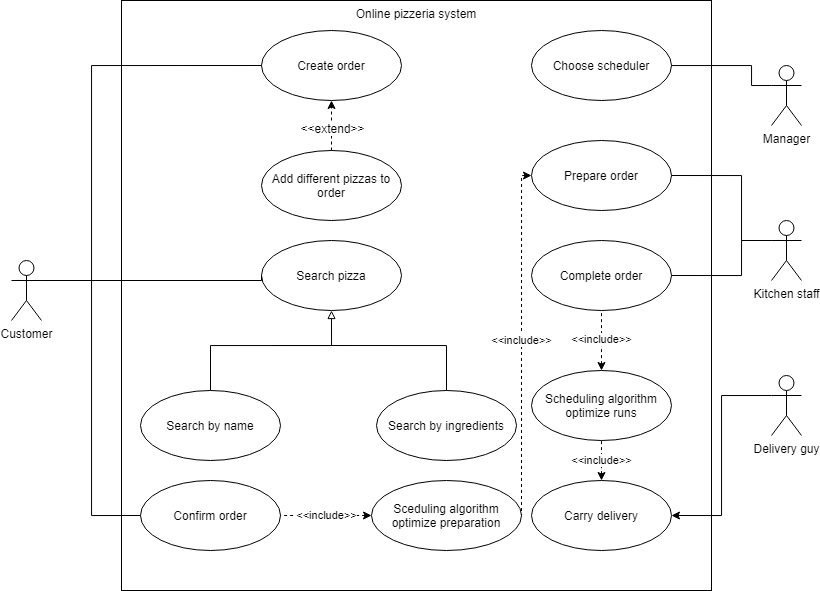
tamas-balog/afp2-harmas-csapat keeps this draw.io diagram as assets/images/PizzeriaUseCaseUML.png. Above is the earlier version. Source tidied: cells renumbered, new cells last; positions are measured from the earlier drawing's top-left corner, leaving out a move shared by most shapes. Its diagram source:
```xml
<mxGraphModel>
  <root>
    <mxCell id="0" />
    <mxCell id="1" parent="0" />
    <mxCell id="2" value="Online pizzeria system" style="whiteSpace=wrap;html=1;fillColor=none;verticalAlign=top;" parent="1" vertex="1">
      <mxGeometry x="110" width="590" height="590" as="geometry" />
    </mxCell>
    <mxCell id="3" style="edgeStyle=orthogonalEdgeStyle;rounded=0;jettySize=auto;html=1;exitX=1;exitY=0.3333333333333333;exitDx=0;exitDy=0;exitPerimeter=0;entryX=0;entryY=0.5;entryDx=0;entryDy=0;endArrow=none;endFill=0;" parent="1" edge="1" source="6" target="9">
      <mxGeometry relative="1" as="geometry">
        <Array as="points">
          <mxPoint x="80" y="280" />
          <mxPoint x="80" y="65" />
        </Array>
      </mxGeometry>
    </mxCell>
    <mxCell id="4" style="edgeStyle=orthogonalEdgeStyle;rounded=0;jettySize=auto;html=1;exitX=1;exitY=0.3333333333333333;exitDx=0;exitDy=0;exitPerimeter=0;entryX=0;entryY=0.5;entryDx=0;entryDy=0;endArrow=none;endFill=0;" parent="1" edge="1" source="6" target="14">
      <mxGeometry relative="1" as="geometry">
        <Array as="points">
          <mxPoint x="250" y="280" />
        </Array>
      </mxGeometry>
    </mxCell>
    <mxCell id="5" style="edgeStyle=orthogonalEdgeStyle;rounded=0;jettySize=auto;html=1;exitX=1;exitY=0.3333333333333333;exitDx=0;exitDy=0;exitPerimeter=0;entryX=0;entryY=0.5;entryDx=0;entryDy=0;startArrow=none;startFill=0;endArrow=none;endFill=0;" parent="1" edge="1" source="6" target="31">
      <mxGeometry relative="1" as="geometry">
        <Array as="points">
          <mxPoint x="80" y="280" />
          <mxPoint x="80" y="515" />
        </Array>
      </mxGeometry>
    </mxCell>
    <mxCell id="6" value="Customer" style="shape=umlActor;verticalLabelPosition=bottom;labelBackgroundColor=#ffffff;verticalAlign=top;html=1;outlineConnect=0;fillColor=none;" parent="1" vertex="1">
      <mxGeometry y="260" width="30" height="60" as="geometry" />
    </mxCell>
    <mxCell id="7" style="edgeStyle=orthogonalEdgeStyle;rounded=0;jettySize=auto;html=1;exitX=0;exitY=0.3333333333333333;exitDx=0;exitDy=0;exitPerimeter=0;entryX=1;entryY=0.5;entryDx=0;entryDy=0;endArrow=classic;endFill=1;" parent="1" edge="1" source="8" target="21">
      <mxGeometry relative="1" as="geometry" />
    </mxCell>
    <mxCell id="8" value="Delivery guy" style="shape=umlActor;verticalLabelPosition=bottom;labelBackgroundColor=#ffffff;verticalAlign=top;html=1;outlineConnect=0;fillColor=none;" parent="1" vertex="1">
      <mxGeometry x="760" y="375" width="30" height="60" as="geometry" />
    </mxCell>
    <mxCell id="9" value="Create order" style="ellipse;whiteSpace=wrap;html=1;fillColor=none;" parent="1" vertex="1">
      <mxGeometry x="250" y="30" width="140" height="70" as="geometry" />
    </mxCell>
    <mxCell id="10" style="edgeStyle=orthogonalEdgeStyle;rounded=0;jettySize=auto;html=1;exitX=0.5;exitY=0;exitDx=0;exitDy=0;entryX=0.5;entryY=1;entryDx=0;entryDy=0;dashed=1;endArrow=classic;endFill=1;" parent="1" edge="1" source="12" target="9">
      <mxGeometry relative="1" as="geometry" />
    </mxCell>
    <mxCell id="11" value="&amp;lt;&amp;lt;extend&amp;gt;&amp;gt;" style="text;html=1;align=center;verticalAlign=middle;labelBackgroundColor=#ffffff;" parent="10" vertex="1">
      <mxGeometry x="0.32" y="1" relative="1" as="geometry">
        <mxPoint x="1" y="10" as="offset" />
      </mxGeometry>
    </mxCell>
    <mxCell id="12" value="Add different pizzas to order" style="ellipse;whiteSpace=wrap;html=1;fillColor=none;" parent="1" vertex="1">
      <mxGeometry x="250" y="150" width="140" height="70" as="geometry" />
    </mxCell>
    <mxCell id="13" style="edgeStyle=orthogonalEdgeStyle;rounded=0;jettySize=auto;html=1;endArrow=none;endFill=0;startArrow=block;startFill=0;" parent="1" edge="1" source="14" target="15">
      <mxGeometry relative="1" as="geometry">
        <Array as="points">
          <mxPoint x="320" y="345" />
          <mxPoint x="199" y="345" />
        </Array>
      </mxGeometry>
    </mxCell>
    <mxCell id="14" value="Search pizza" style="ellipse;whiteSpace=wrap;html=1;fillColor=none;" parent="1" vertex="1">
      <mxGeometry x="250" y="240" width="140" height="70" as="geometry" />
    </mxCell>
    <mxCell id="15" value="Search by name" style="ellipse;whiteSpace=wrap;html=1;fillColor=none;" parent="1" vertex="1">
      <mxGeometry x="129" y="390" width="140" height="70" as="geometry" />
    </mxCell>
    <mxCell id="16" style="edgeStyle=orthogonalEdgeStyle;rounded=0;jettySize=auto;html=1;exitX=0.5;exitY=0;exitDx=0;exitDy=0;startArrow=none;startFill=0;endArrow=none;endFill=0;" parent="1" edge="1" source="17">
      <mxGeometry relative="1" as="geometry">
        <mxPoint x="260" y="345" as="targetPoint" />
        <Array as="points">
          <mxPoint x="435" y="345" />
        </Array>
      </mxGeometry>
    </mxCell>
    <mxCell id="17" value="Search by ingredients" style="ellipse;whiteSpace=wrap;html=1;fillColor=none;" parent="1" vertex="1">
      <mxGeometry x="365" y="390" width="140" height="70" as="geometry" />
    </mxCell>
    <mxCell id="18" style="edgeStyle=orthogonalEdgeStyle;rounded=0;jettySize=auto;html=1;exitX=0;exitY=0.3333333333333333;exitDx=0;exitDy=0;exitPerimeter=0;endArrow=none;endFill=0;" parent="1" edge="1" source="19" target="20">
      <mxGeometry relative="1" as="geometry">
        <Array as="points">
          <mxPoint x="740" y="85" />
          <mxPoint x="740" y="65" />
        </Array>
      </mxGeometry>
    </mxCell>
    <mxCell id="19" value="Manager" style="shape=umlActor;verticalLabelPosition=bottom;labelBackgroundColor=#ffffff;verticalAlign=top;html=1;fillColor=none;" parent="1" vertex="1">
      <mxGeometry x="760" y="65" width="30" height="60" as="geometry" />
    </mxCell>
    <mxCell id="20" value="Choose scheduler" style="ellipse;whiteSpace=wrap;html=1;fillColor=none;" parent="1" vertex="1">
      <mxGeometry x="520" y="30" width="140" height="70" as="geometry" />
    </mxCell>
    <mxCell id="21" value="Carry delivery" style="ellipse;whiteSpace=wrap;html=1;fillColor=none;" parent="1" vertex="1">
      <mxGeometry x="520" y="480" width="140" height="70" as="geometry" />
    </mxCell>
    <mxCell id="22" value="&amp;lt;&amp;lt;include&amp;gt;&amp;gt;" style="edgeStyle=orthogonalEdgeStyle;rounded=0;jettySize=auto;html=1;entryX=1;entryY=0.5;entryDx=0;entryDy=0;startArrow=classic;startFill=1;endArrow=none;endFill=0;dashed=1;exitX=0;exitY=0.5;exitDx=0;exitDy=0;" parent="1" edge="1" source="24" target="23">
      <mxGeometry relative="1" as="geometry">
        <Array as="points">
          <mxPoint x="510" y="175" />
        </Array>
      </mxGeometry>
    </mxCell>
    <mxCell id="23" value="Sceduling algorithm optimize preparation" style="ellipse;whiteSpace=wrap;html=1;fillColor=none;" parent="1" vertex="1">
      <mxGeometry x="360" y="480" width="150" height="70" as="geometry" />
    </mxCell>
    <mxCell id="24" value="Prepare order" style="ellipse;whiteSpace=wrap;html=1;fillColor=none;" parent="1" vertex="1">
      <mxGeometry x="520" y="140" width="140" height="70" as="geometry" />
    </mxCell>
    <mxCell id="25" style="edgeStyle=orthogonalEdgeStyle;rounded=0;jettySize=auto;html=1;startArrow=none;startFill=0;endArrow=none;endFill=0;entryX=1;entryY=0.5;entryDx=0;entryDy=0;exitX=0;exitY=0.3333333333333333;exitDx=0;exitDy=0;exitPerimeter=0;" parent="1" edge="1" source="27" target="24">
      <mxGeometry relative="1" as="geometry">
        <Array as="points">
          <mxPoint x="730" y="240" />
          <mxPoint x="730" y="175" />
        </Array>
      </mxGeometry>
    </mxCell>
    <mxCell id="26" style="edgeStyle=orthogonalEdgeStyle;rounded=0;jettySize=auto;html=1;exitX=0;exitY=0.3333333333333333;exitDx=0;exitDy=0;exitPerimeter=0;entryX=1;entryY=0.5;entryDx=0;entryDy=0;startArrow=none;startFill=0;endArrow=none;endFill=0;" parent="1" edge="1" source="27" target="33">
      <mxGeometry relative="1" as="geometry">
        <Array as="points">
          <mxPoint x="730" y="240" />
          <mxPoint x="730" y="275" />
        </Array>
      </mxGeometry>
    </mxCell>
    <mxCell id="27" value="Kitchen staff" style="shape=umlActor;verticalLabelPosition=bottom;labelBackgroundColor=#ffffff;verticalAlign=top;html=1;fillColor=none;" parent="1" vertex="1">
      <mxGeometry x="760" y="220" width="30" height="60" as="geometry" />
    </mxCell>
    <mxCell id="28" value="&amp;lt;&amp;lt;include&amp;gt;&amp;gt;" style="edgeStyle=orthogonalEdgeStyle;rounded=0;jettySize=auto;html=1;startArrow=classic;startFill=1;endArrow=none;endFill=0;dashed=1;exitX=0.5;exitY=0;exitDx=0;exitDy=0;entryX=0.5;entryY=1;entryDx=0;entryDy=0;" parent="1" edge="1" source="21" target="29">
      <mxGeometry relative="1" as="geometry" />
    </mxCell>
    <mxCell id="29" value="Scheduling algorithm optimize runs" style="ellipse;whiteSpace=wrap;html=1;fillColor=none;" parent="1" vertex="1">
      <mxGeometry x="520" y="370" width="140" height="70" as="geometry" />
    </mxCell>
    <mxCell id="30" value="&amp;lt;&amp;lt;include&amp;gt;&amp;gt;" style="edgeStyle=orthogonalEdgeStyle;rounded=0;jettySize=auto;html=1;startArrow=classic;startFill=1;endArrow=none;endFill=0;dashed=1;entryX=1;entryY=0.5;entryDx=0;entryDy=0;exitX=0;exitY=0.5;exitDx=0;exitDy=0;" parent="1" edge="1" source="23" target="31">
      <mxGeometry x="-0.01" relative="1" as="geometry" />
    </mxCell>
    <mxCell id="31" value="Confirm order" style="ellipse;whiteSpace=wrap;html=1;fillColor=none;" parent="1" vertex="1">
      <mxGeometry x="129" y="480" width="140" height="70" as="geometry" />
    </mxCell>
    <mxCell id="32" value="&amp;lt;&amp;lt;include&amp;gt;&amp;gt;" style="edgeStyle=orthogonalEdgeStyle;rounded=0;jettySize=auto;html=1;dashed=1;startArrow=classic;startFill=1;endArrow=none;endFill=0;entryX=0.5;entryY=1;entryDx=0;entryDy=0;exitX=0.5;exitY=0;exitDx=0;exitDy=0;" parent="1" edge="1" source="29" target="33">
      <mxGeometry relative="1" as="geometry" />
    </mxCell>
    <mxCell id="33" value="Complete order" style="ellipse;whiteSpace=wrap;html=1;fillColor=none;" parent="1" vertex="1">
      <mxGeometry x="520" y="240" width="140" height="70" as="geometry" />
    </mxCell>
  </root>
</mxGraphModel>
```
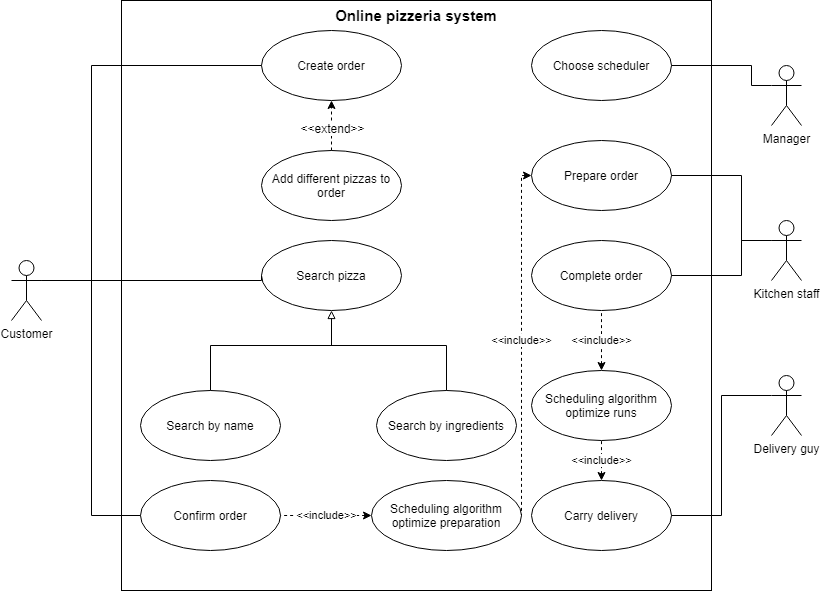
The same file after the commit.

What changed in the source:
```diff
@@ -2,7 +2,7 @@
   <root>
     <mxCell id="0" />
     <mxCell id="1" parent="0" />
-    <mxCell id="2" value="Online pizzeria system" style="whiteSpace=wrap;html=1;fillColor=none;verticalAlign=top;" parent="1" vertex="1">
+    <mxCell id="2" value="Online pizzeria system" style="whiteSpace=wrap;html=1;fillColor=none;verticalAlign=top;fontStyle=1;fontSize=15;" parent="1" vertex="1">
       <mxGeometry x="110" width="590" height="590" as="geometry" />
     </mxCell>
     <mxCell id="3" style="edgeStyle=orthogonalEdgeStyle;rounded=0;jettySize=auto;html=1;exitX=1;exitY=0.3333333333333333;exitDx=0;exitDy=0;exitPerimeter=0;entryX=0;entryY=0.5;entryDx=0;entryDy=0;endArrow=none;endFill=0;" parent="1" edge="1" source="6" target="9">
@@ -31,7 +31,7 @@
     <mxCell id="6" value="Customer" style="shape=umlActor;verticalLabelPosition=bottom;labelBackgroundColor=#ffffff;verticalAlign=top;html=1;outlineConnect=0;fillColor=none;" parent="1" vertex="1">
       <mxGeometry y="260" width="30" height="60" as="geometry" />
     </mxCell>
-    <mxCell id="7" style="edgeStyle=orthogonalEdgeStyle;rounded=0;jettySize=auto;html=1;exitX=0;exitY=0.3333333333333333;exitDx=0;exitDy=0;exitPerimeter=0;entryX=1;entryY=0.5;entryDx=0;entryDy=0;endArrow=classic;endFill=1;" parent="1" edge="1" source="8" target="21">
+    <mxCell id="7" style="edgeStyle=orthogonalEdgeStyle;rounded=0;jettySize=auto;html=1;exitX=0;exitY=0.3333333333333333;exitDx=0;exitDy=0;exitPerimeter=0;entryX=1;entryY=0.5;entryDx=0;entryDy=0;endArrow=none;endFill=0;" parent="1" edge="1" source="8" target="21">
       <mxGeometry relative="1" as="geometry" />
     </mxCell>
     <mxCell id="8" value="Delivery guy" style="shape=umlActor;verticalLabelPosition=bottom;labelBackgroundColor=#ffffff;verticalAlign=top;html=1;outlineConnect=0;fillColor=none;" parent="1" vertex="1">
@@ -100,7 +100,7 @@
         </Array>
       </mxGeometry>
     </mxCell>
-    <mxCell id="23" value="Sceduling algorithm optimize preparation" style="ellipse;whiteSpace=wrap;html=1;fillColor=none;" parent="1" vertex="1">
+    <mxCell id="23" value="Scheduling algorithm optimize preparation" style="ellipse;whiteSpace=wrap;html=1;fillColor=none;" parent="1" vertex="1">
       <mxGeometry x="360" y="480" width="150" height="70" as="geometry" />
     </mxCell>
     <mxCell id="24" value="Prepare order" style="ellipse;whiteSpace=wrap;html=1;fillColor=none;" parent="1" vertex="1">
```
